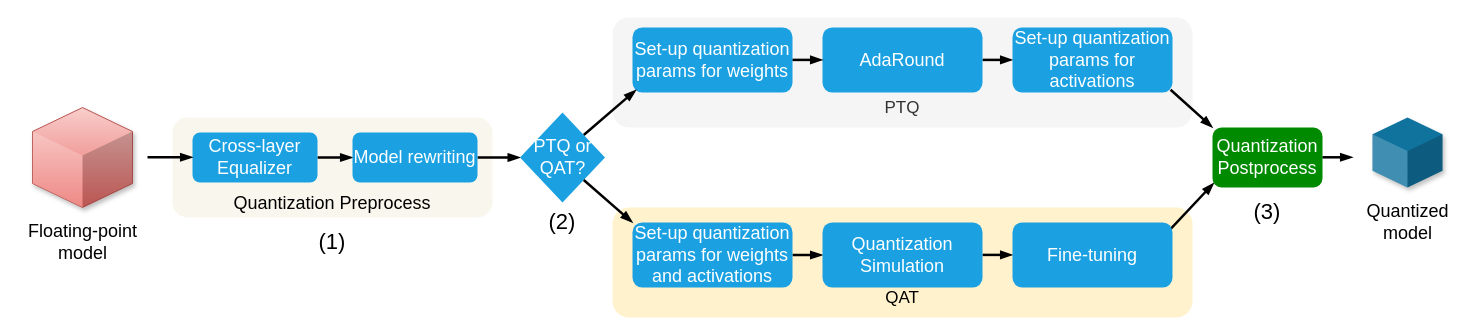
This is Untitled Diagram.drawio from hoangtv2000/document-collection, a draw.io file, before an edit. Source tidied: cells renumbered, new cells numbered last; positions are measured from the earlier drawing's top-left corner, leaving out a move shared by most shapes. Both pictures are drawn from the tidied source at 100%, with x=0, y=0 at pixel (17, 17).
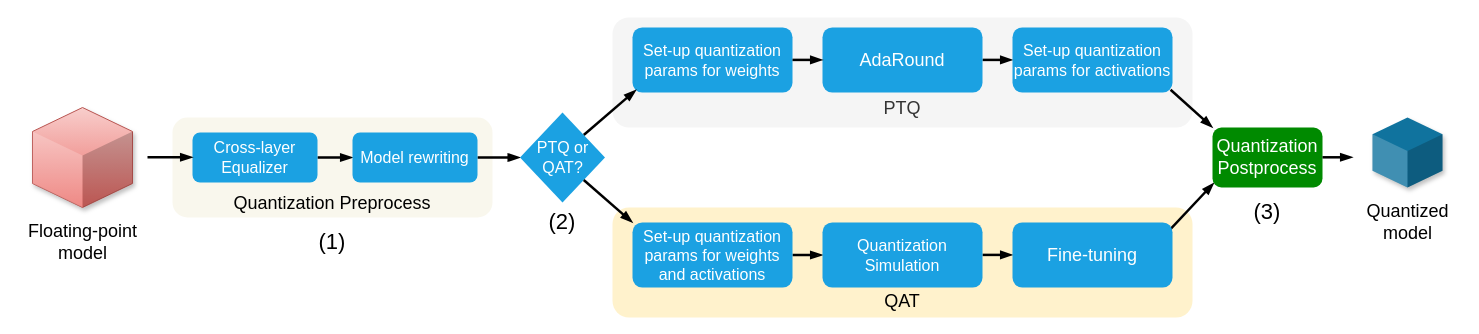
Above is the later version.

Diff of the diagram source:
```diff
@@
-    <mxCell id="2" value="&lt;div&gt;&lt;br&gt;&lt;/div&gt;&lt;div&gt;&lt;br&gt;&lt;/div&gt;&lt;div&gt;&lt;br&gt;&lt;/div&gt;&lt;div&gt;&lt;br&gt;&lt;/div&gt;&lt;div&gt;&lt;br&gt;&lt;/div&gt;&lt;div&gt;&lt;font style=&quot;font-size: 17px;&quot;&gt;PTQ&lt;/font&gt;&lt;/div&gt;" style="rounded=1;whiteSpace=wrap;html=1;fillColor=#f5f5f5;strokeColor=none;fontColor=#333333;" parent="1" vertex="1">
+    <mxCell id="2" value="&lt;div&gt;&lt;br&gt;&lt;/div&gt;&lt;div&gt;&lt;br&gt;&lt;/div&gt;&lt;div&gt;&lt;br&gt;&lt;/div&gt;&lt;div&gt;&lt;br&gt;&lt;/div&gt;&lt;div&gt;&lt;br&gt;&lt;/div&gt;&lt;div&gt;&lt;font style=&quot;font-size: 18px;&quot;&gt;PTQ&lt;/font&gt;&lt;/div&gt;" style="rounded=1;whiteSpace=wrap;html=1;fillColor=#f5f5f5;strokeColor=none;fontColor=#333333;" parent="1" vertex="1">
       <mxGeometry x="595" width="580" height="110" as="geometry" />
     </mxCell>
-    <mxCell id="3" value="&lt;font style=&quot;font-size: 18px;&quot;&gt;Set-up quantization&lt;br style=&quot;&quot;&gt;params for weights&lt;/font&gt;" style="rounded=1;whiteSpace=wrap;html=1;fillColor=#1ba1e2;strokeColor=none;fontColor=#ffffff;shadow=0;fontSize=17;" parent="1" vertex="1">
+    <mxCell id="3" value="&lt;font style=&quot;font-size: 16px;&quot;&gt;Set-up quantization&lt;br style=&quot;font-size: 16px;&quot;&gt;params for weights&lt;/font&gt;" style="rounded=1;whiteSpace=wrap;html=1;fillColor=#1ba1e2;strokeColor=none;fontColor=#ffffff;shadow=0;fontSize=16;" parent="1" vertex="1">
       <mxGeometry x="615" y="10" width="160" height="65" as="geometry" />
     </mxCell>
@@
-    <mxCell id="6" value="&lt;font style=&quot;font-size: 18px;&quot;&gt;Set-up quantization&lt;br style=&quot;&quot;&gt;params for activations&lt;/font&gt;" style="rounded=1;whiteSpace=wrap;html=1;fillColor=#1ba1e2;strokeColor=none;fontColor=#ffffff;shadow=0;fontSize=17;" parent="1" vertex="1">
+    <mxCell id="6" value="&lt;font style=&quot;font-size: 16px;&quot;&gt;Set-up quantization&lt;br style=&quot;font-size: 16px;&quot;&gt;params for activations&lt;/font&gt;" style="rounded=1;whiteSpace=wrap;html=1;fillColor=#1ba1e2;strokeColor=none;fontColor=#ffffff;shadow=0;fontSize=16;" parent="1" vertex="1">
       <mxGeometry x="995" y="10" width="160" height="65" as="geometry" />
     </mxCell>
@@
-    <mxCell id="8" value="&lt;div&gt;&lt;br&gt;&lt;/div&gt;&lt;div&gt;&lt;br&gt;&lt;/div&gt;&lt;div&gt;&lt;br&gt;&lt;/div&gt;&lt;div&gt;&lt;br&gt;&lt;/div&gt;&lt;div&gt;&lt;br&gt;&lt;/div&gt;&lt;div&gt;&lt;font style=&quot;font-size: 17px;&quot;&gt;QAT&lt;/font&gt;&lt;/div&gt;" style="rounded=1;whiteSpace=wrap;html=1;fillColor=#fff2cc;strokeColor=none;" parent="1" vertex="1">
+    <mxCell id="8" value="&lt;div&gt;&lt;br&gt;&lt;/div&gt;&lt;div&gt;&lt;br&gt;&lt;/div&gt;&lt;div&gt;&lt;br&gt;&lt;/div&gt;&lt;div&gt;&lt;br&gt;&lt;/div&gt;&lt;div style=&quot;font-size: 17px;&quot;&gt;&lt;br&gt;&lt;/div&gt;&lt;div&gt;&lt;font style=&quot;font-size: 18px;&quot;&gt;QAT&lt;/font&gt;&lt;/div&gt;" style="rounded=1;whiteSpace=wrap;html=1;fillColor=#fff2cc;strokeColor=none;" parent="1" vertex="1">
       <mxGeometry x="595" y="190" width="580" height="110" as="geometry" />
     </mxCell>
@@
-    <mxCell id="12" value="&lt;font style=&quot;font-size: 18px;&quot;&gt;Cross-layer Equalizer&lt;/font&gt;" style="rounded=1;whiteSpace=wrap;html=1;fillColor=#1ba1e2;strokeColor=none;fontColor=#ffffff;shadow=0;fontSize=17;" parent="1" vertex="1">
+    <mxCell id="12" value="&lt;font style=&quot;font-size: 16px;&quot;&gt;Cross-layer Equalizer&lt;/font&gt;" style="rounded=1;whiteSpace=wrap;html=1;fillColor=#1ba1e2;strokeColor=none;fontColor=#ffffff;shadow=0;fontSize=16;" parent="1" vertex="1">
       <mxGeometry x="175" y="115" width="125" height="50" as="geometry" />
     </mxCell>
@@
-    <mxCell id="14" value="&lt;font style=&quot;font-size: 18px;&quot;&gt;Model rewriting&lt;/font&gt;" style="rounded=1;whiteSpace=wrap;html=1;fillColor=#1ba1e2;strokeColor=none;fontColor=#ffffff;shadow=0;fontSize=17;" parent="1" vertex="1">
+    <mxCell id="14" value="&lt;font style=&quot;font-size: 16px;&quot;&gt;Model rewriting&lt;/font&gt;" style="rounded=1;whiteSpace=wrap;html=1;fillColor=#1ba1e2;strokeColor=none;fontColor=#ffffff;shadow=0;fontSize=16;" parent="1" vertex="1">
       <mxGeometry x="335" y="115" width="125" height="50" as="geometry" />
     </mxCell>
@@
-    <mxCell id="17" value="&lt;font style=&quot;font-size: 18px;&quot;&gt;PTQ or&lt;br style=&quot;&quot;&gt;QAT?&lt;/font&gt;" style="rhombus;whiteSpace=wrap;html=1;fillColor=#1ba1e2;strokeColor=none;fontColor=#ffffff;rounded=1;arcSize=0;shadow=0;fontSize=17;" parent="1" vertex="1">
+    <mxCell id="17" value="&lt;font style=&quot;font-size: 16px;&quot;&gt;PTQ or&lt;br style=&quot;font-size: 16px;&quot;&gt;QAT?&lt;/font&gt;" style="rhombus;whiteSpace=wrap;html=1;fillColor=#1ba1e2;strokeColor=none;fontColor=#ffffff;rounded=1;arcSize=0;shadow=0;fontSize=16;" parent="1" vertex="1">
       <mxGeometry x="502.5" y="95" width="85" height="90" as="geometry" />
     </mxCell>
@@
-    <mxCell id="19" value="&lt;font style=&quot;font-size: 18px;&quot;&gt;Set-up quantization&lt;br style=&quot;&quot;&gt;params for weights and activations&lt;/font&gt;" style="rounded=1;whiteSpace=wrap;html=1;fillColor=#1ba1e2;strokeColor=none;fontColor=#ffffff;shadow=0;fontSize=17;" parent="1" vertex="1">
+    <mxCell id="19" value="&lt;font style=&quot;font-size: 16px;&quot;&gt;Set-up quantization&lt;br style=&quot;font-size: 16px;&quot;&gt;params for weights and activations&lt;/font&gt;" style="rounded=1;whiteSpace=wrap;html=1;fillColor=#1ba1e2;strokeColor=none;fontColor=#ffffff;shadow=0;fontSize=16;" parent="1" vertex="1">
       <mxGeometry x="615" y="205" width="160" height="65" as="geometry" />
     </mxCell>
@@
-    <mxCell id="28" value="&lt;font style=&quot;font-size: 18px;&quot;&gt;Quantization Simulation&lt;/font&gt;" style="rounded=1;whiteSpace=wrap;html=1;fillColor=#1ba1e2;strokeColor=none;fontColor=#ffffff;shadow=0;fontSize=18;" parent="1" vertex="1">
+    <mxCell id="28" value="&lt;font style=&quot;font-size: 16px;&quot;&gt;Quantization Simulation&lt;/font&gt;" style="rounded=1;whiteSpace=wrap;html=1;fillColor=#1ba1e2;strokeColor=none;fontColor=#ffffff;shadow=0;fontSize=16;" parent="1" vertex="1">
       <mxGeometry x="805" y="205" width="160" height="65" as="geometry" />
     </mxCell>
```
